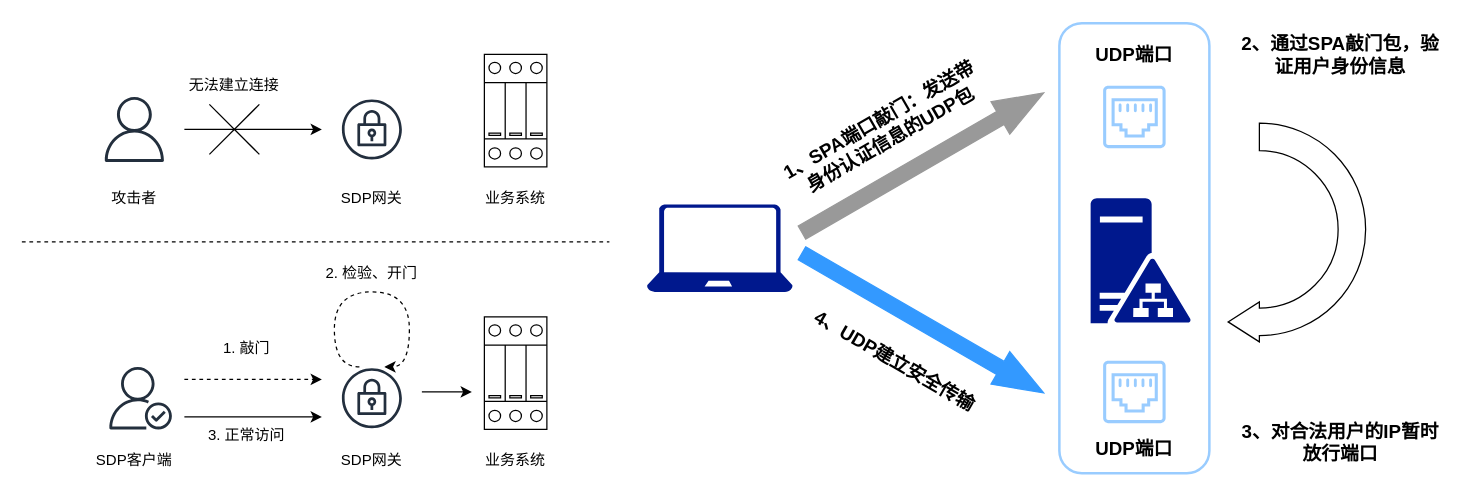
Earlier version of the draw.io diagram work/spa.drawio (baibaip/diagrams). Source tidied: cells renumbered, new cells numbered last; positions are measured from the earlier drawing's top-left corner, leaving out a move shared by most shapes. Both pictures are drawn from the tidied source at 125%, with x=0, y=0 at pixel (21, 22). Pictures stored in the file or linked from it are replaced by grey dashed boxes.
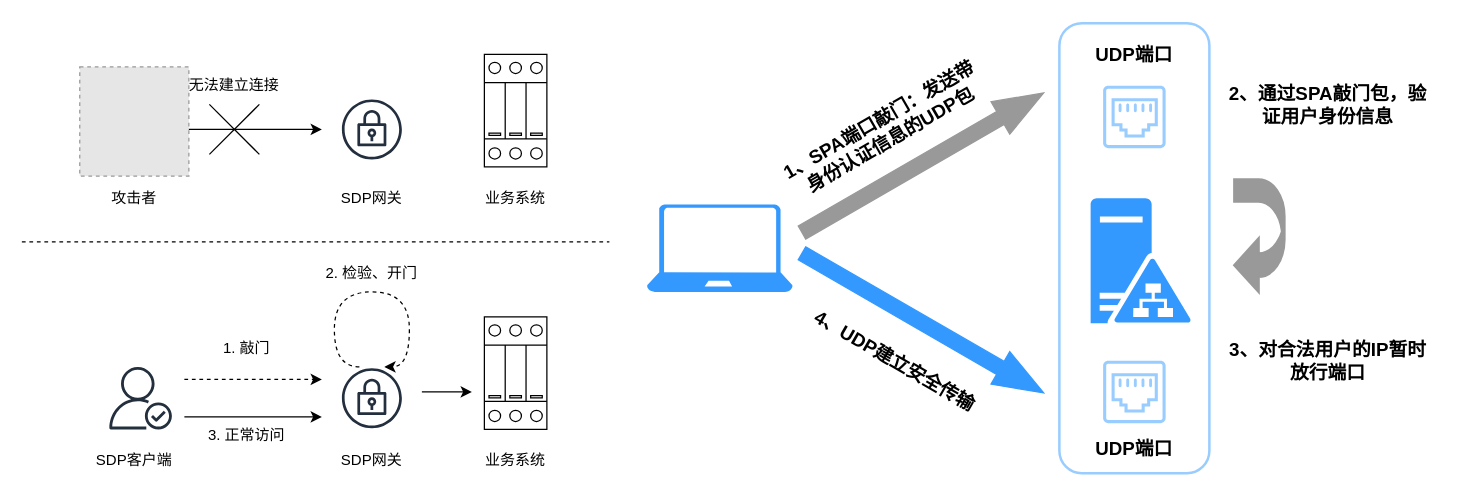
The same page after the edit.

Change to the diagram source:
```diff
@@
-    <mxCell id="25" style="sketch=0;fontColor=#232F3E;gradientColor=none;fillColor=#232F3D;strokeColor=none;dashed=0;verticalLabelPosition=bottom;verticalAlign=top;align=center;html=1;fontSize=12;fontStyle=0;shape=mxgraph.aws4.user;" parent="1" vertex="1">
-      <mxGeometry x="64" y="59" width="52" height="52" as="geometry" />
-    </mxCell>
-    <mxCell id="26" style="sketch=0;shadow=0;dashed=0;html=1;strokeColor=none;labelPosition=center;verticalLabelPosition=bottom;verticalAlign=top;align=center;fillColor=#00188D;shape=mxgraph.azure.laptop;" parent="1" vertex="1">
+    <mxCell id="26" style="sketch=0;shadow=0;dashed=0;html=1;strokeColor=none;labelPosition=center;verticalLabelPosition=bottom;verticalAlign=top;align=center;fillColor=#3399FF;shape=mxgraph.azure.laptop;" parent="1" vertex="1">
       <mxGeometry x="500" y="145" width="116.7" height="70" as="geometry" />
     </mxCell>
@@
-    <mxCell id="32" style="sketch=0;shadow=0;dashed=0;html=1;strokeColor=none;labelPosition=center;verticalLabelPosition=bottom;verticalAlign=top;align=center;fillColor=#00188D;shape=mxgraph.mscae.enterprise.ad_fs;" parent="1" vertex="1">
+    <mxCell id="32" style="sketch=0;shadow=0;dashed=0;html=1;strokeColor=none;labelPosition=center;verticalLabelPosition=bottom;verticalAlign=top;align=center;fillColor=#3399FF;shape=mxgraph.mscae.enterprise.ad_fs;" parent="1" vertex="1">
       <mxGeometry x="855" y="140" width="80" height="100" as="geometry" />
     </mxCell>
@@
     <mxCell id="37" value="2、通过SPA敲门包，验证用户身份信息" style="text;html=1;align=center;verticalAlign=middle;whiteSpace=wrap;rounded=0;fontStyle=1;fontSize=15;rotation=0;" parent="1" vertex="1">
-      <mxGeometry x="970" y="10" width="170" height="30" as="geometry" />
+      <mxGeometry x="960" y="50" width="170" height="30" as="geometry" />
     </mxCell>
     <mxCell id="38" value="3、对合法用户的IP暂时放行端口" style="text;html=1;align=center;verticalAlign=middle;whiteSpace=wrap;rounded=0;fontStyle=1;fontSize=15;rotation=0;" parent="1" vertex="1">
-      <mxGeometry x="970" y="320" width="170" height="30" as="geometry" />
+      <mxGeometry x="960" y="255" width="170" height="30" as="geometry" />
     </mxCell>
-    <mxCell id="39" style="html=1;shadow=0;dashed=0;align=center;verticalAlign=middle;shape=mxgraph.arrows2.uTurnArrow;dy=11;arrowHead=32;dx2=25;rotation=-180;" parent="1" vertex="1">
-      <mxGeometry x="1035" y="80" width="40" height="175" as="geometry" />
-    </mxCell>
+    <mxCell id="40" style="fillColor=#E6E6E6;strokeColor=#999999;dashed=1;html=1;verticalAlign=top;verticalLabelPosition=bottom;labelBackgroundColor=#ffffff;" parent="1" vertex="1">
+      <mxGeometry x="46.3" y="35" width="87.3" height="87.3" as="geometry" />
+    </mxCell>
+    <mxCell id="41" style="shape=mxgraph.arrows.u_turn_left_arrow;html=1;verticalLabelPosition=bottom;verticalAlign=top;strokeWidth=2;strokeColor=#999999;fillColor=#999999;" parent="1" vertex="1">
+      <mxGeometry x="970" y="125" width="40" height="90" as="geometry" />
+    </mxCell>
```
